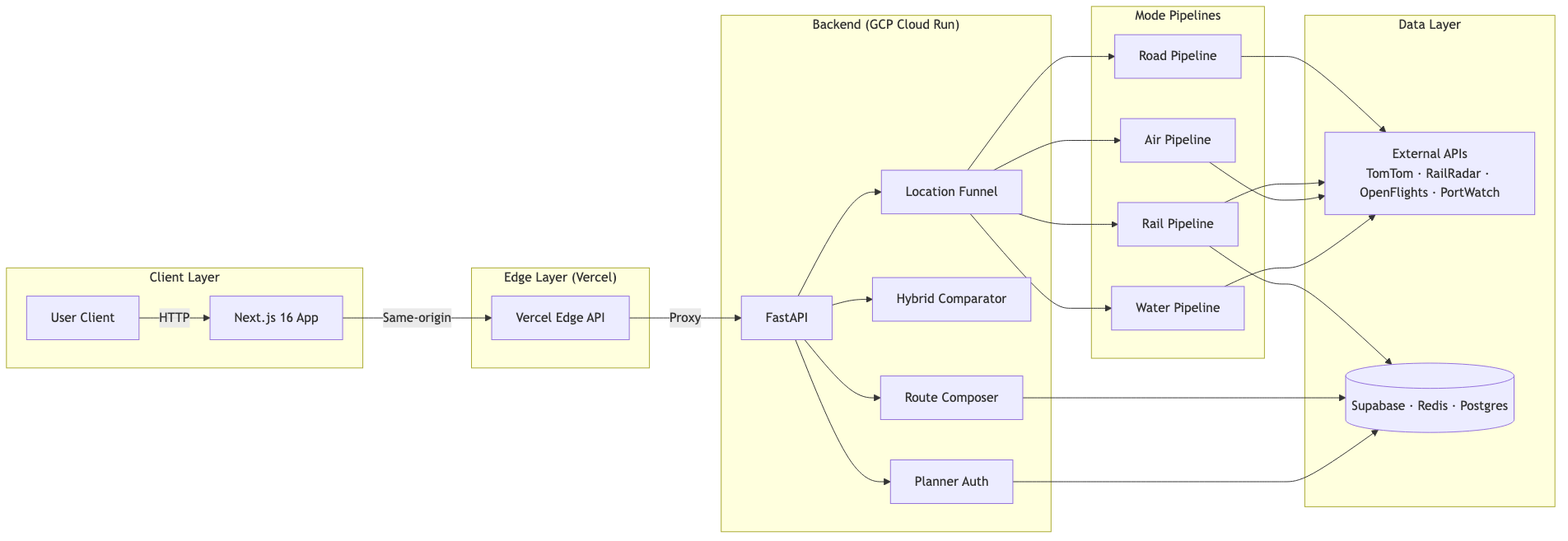
Before: docs/diagrams/png/01-system-architecture.png, a diagram exported from Mermaid (kvb1201/LogiFlow-Solution-Challenge-2026). Its source is kept beside it as docs/diagrams/mermaid/01-system-architecture.mmd.
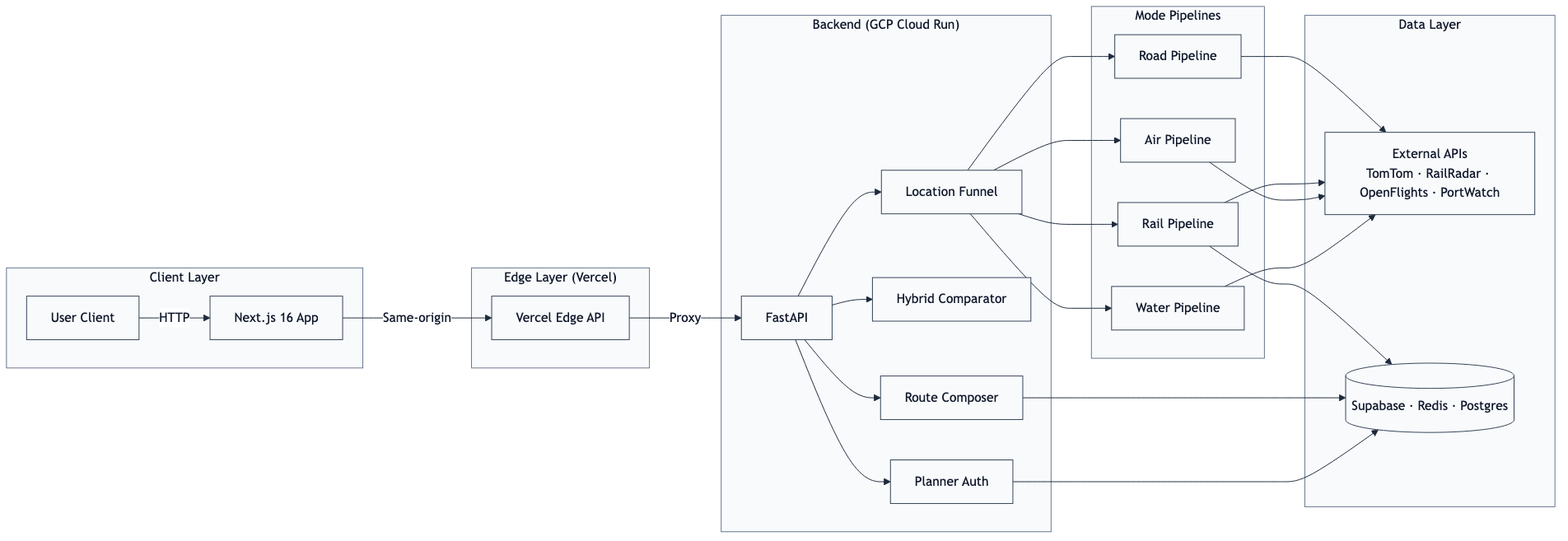
Later version of the same file.

Change to the diagram source:
```diff
@@ -1,3 +1,4 @@
+%%{init: {'theme': 'base', 'themeVariables': {'lineColor':'#1e293b','arrowheadColor':'#1e293b','primaryBorderColor':'#334155','edgeLabelBackground':'#ffffff'}}}%%
 flowchart LR
     subgraph Client["Client Layer"]
         UC[User Client]
```
